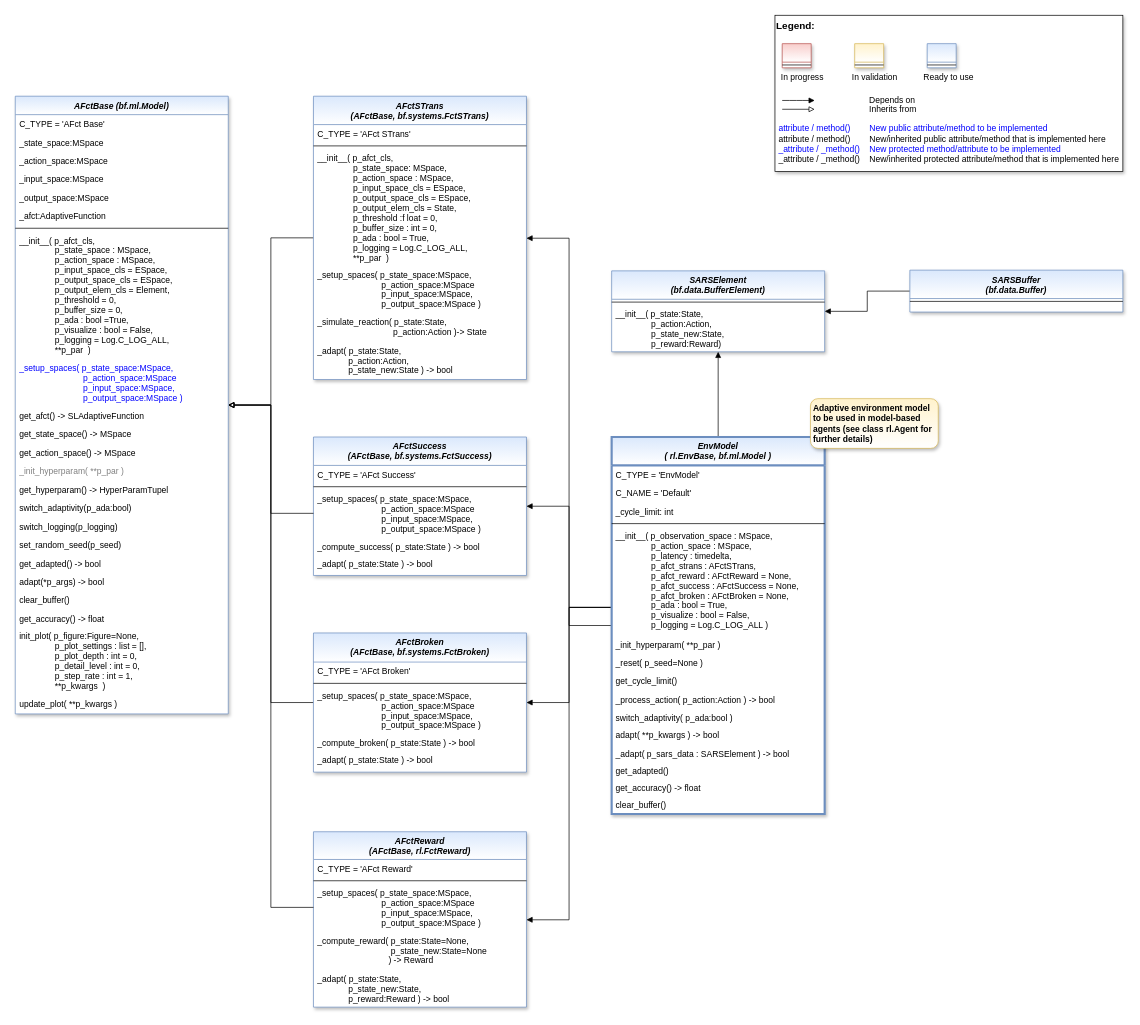
Before: doc/rtd/content/04_appendices/appendix2/sub/core/mlpro_rl/images/01_environments/MLPro-RL-Env-Ada_class_diagram.drawio in fhswf/MLPro, a draw.io diagram. Source tidied: cells renumbered, new cells numbered last; positions are measured from the earlier drawing's top-left corner, leaving out a move shared by most shapes. Both pictures are drawn from the tidied source at 71%, with x=0, y=0 at pixel (15, 15).
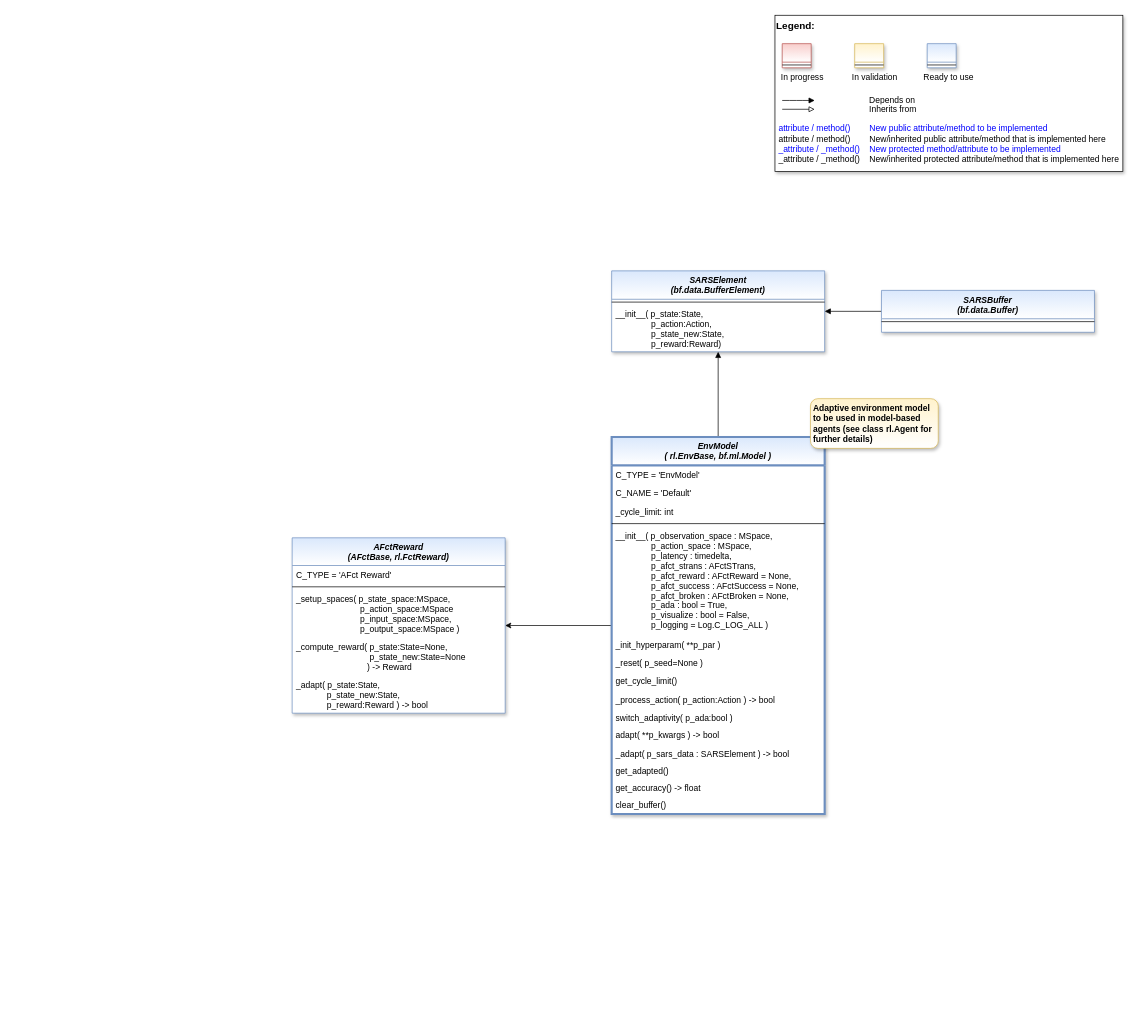
The same page after the edit.

Commit message (it also covers changes not shown here):
BF-ML-Systems: Shifting adaptive functions  #698

The change refers to these unchanged cells:
```xml
<mxCell id="5" value="_setup_spaces( p_state_space:MSpace,&#10;                           p_action_space:MSpace&#10;                           p_input_space:MSpace,&#10;                           p_output_space:MSpace )" style="text;align=left;verticalAlign=top;spacingLeft=4;spacingRight=4;overflow=hidden;points=[[0,0.5],[1,0.5]];portConstraint=eastwest;" parent="2" vertex="1">
  <mxGeometry y="73" width="300" height="67" as="geometry" />
</mxCell>
<mxCell id="74" value="EnvModel &#10;( rl.EnvBase, bf.ml.Model )" style="swimlane;fontStyle=3;align=center;verticalAlign=top;horizontal=1;startSize=40;rounded=0;shadow=1;strokeWidth=3;fillColor=#dae8fc;strokeColor=#6c8ebf;swimlaneFillColor=#ffffff;gradientColor=#FFFFFF;" parent="1" vertex="1">
  <mxGeometry x="840" y="594" width="300" height="531" as="geometry" />
</mxCell>
```

Diff of the diagram source:
```diff
@@
     <mxCell id="2" value="AFctReward &#10;(AFctBase, rl.FctReward)" style="swimlane;fontStyle=3;align=center;verticalAlign=top;horizontal=1;startSize=39;rounded=0;shadow=1;strokeWidth=1;fillColor=#dae8fc;strokeColor=#6c8ebf;swimlaneFillColor=#ffffff;gradientColor=#FFFFFF;" parent="1" vertex="1">
-      <mxGeometry x="420" y="1150" width="300" height="247" as="geometry" />
+      <mxGeometry x="390" y="736" width="300" height="247" as="geometry" />
     </mxCell>
@@
-    <mxCell id="8" value="AFctSuccess &#10;(AFctBase, bf.systems.FctSuccess)" style="swimlane;fontStyle=3;align=center;verticalAlign=top;horizontal=1;startSize=40;rounded=0;shadow=1;strokeWidth=1;fillColor=#dae8fc;strokeColor=#6c8ebf;swimlaneFillColor=#ffffff;gradientColor=#FFFFFF;" parent="1" vertex="1">
-      <mxGeometry x="420" y="594" width="300" height="195" as="geometry" />
-    </mxCell>
-    <mxCell id="9" value="C_TYPE = 'AFct Success'" style="text;align=left;verticalAlign=top;spacingLeft=4;spacingRight=4;overflow=hidden;" parent="8" vertex="1">
-      <mxGeometry y="40" width="300" height="26" as="geometry" />
-    </mxCell>
-    <mxCell id="10" style="line;html=1;strokeWidth=1;align=left;verticalAlign=middle;spacingTop=-1;spacingLeft=3;spacingRight=3;labelPosition=right;" parent="8" vertex="1">
-      <mxGeometry y="66" width="300" height="8" as="geometry" />
-    </mxCell>
-    <mxCell id="11" value="_setup_spaces( p_state_space:MSpace,&#10;                           p_action_space:MSpace&#10;                           p_input_space:MSpace,&#10;                           p_output_space:MSpace )" style="text;align=left;verticalAlign=top;spacingLeft=4;spacingRight=4;overflow=hidden;points=[[0,0.5],[1,0.5]];portConstraint=eastwest;" parent="8" vertex="1">
-      <mxGeometry y="74" width="300" height="67" as="geometry" />
-    </mxCell>
-    <mxCell id="12" value="_compute_success( p_state:State ) -&gt; bool" style="text;align=left;verticalAlign=top;spacingLeft=4;spacingRight=4;overflow=hidden;" parent="8" vertex="1">
-      <mxGeometry y="141" width="300" height="24" as="geometry" />
-    </mxCell>
-    <mxCell id="13" value="_adapt( p_state:State ) -&gt; bool" style="text;align=left;verticalAlign=top;spacingLeft=4;spacingRight=4;overflow=hidden;" parent="8" vertex="1">
-      <mxGeometry y="165" width="300" height="30" as="geometry" />
-    </mxCell>
-    <mxCell id="14" style="edgeStyle=orthogonalEdgeStyle;rounded=0;jettySize=auto;html=1;endArrow=block;endFill=0;" parent="1" edge="1" source="15" target="29">
-      <mxGeometry relative="1" as="geometry" />
-    </mxCell>
-    <mxCell id="15" value="AFctBroken &#10;(AFctBase, bf.systems.FctBroken)" style="swimlane;fontStyle=3;align=center;verticalAlign=top;horizontal=1;startSize=41;rounded=0;shadow=1;strokeWidth=1;fillColor=#dae8fc;strokeColor=#6c8ebf;swimlaneFillColor=#ffffff;gradientColor=#FFFFFF;" parent="1" vertex="1">
-      <mxGeometry x="420" y="870" width="300" height="196" as="geometry" />
-    </mxCell>
-    <mxCell id="16" value="C_TYPE = 'AFct Broken'" style="text;align=left;verticalAlign=top;spacingLeft=4;spacingRight=4;overflow=hidden;" parent="15" vertex="1">
-      <mxGeometry y="41" width="300" height="26" as="geometry" />
-    </mxCell>
-    <mxCell id="17" style="line;html=1;strokeWidth=1;align=left;verticalAlign=middle;spacingTop=-1;spacingLeft=3;spacingRight=3;labelPosition=right;" parent="15" vertex="1">
-      <mxGeometry y="67" width="300" height="8" as="geometry" />
-    </mxCell>
-    <mxCell id="18" value="_setup_spaces( p_state_space:MSpace,&#10;                           p_action_space:MSpace&#10;                           p_input_space:MSpace,&#10;                           p_output_space:MSpace )" style="text;align=left;verticalAlign=top;spacingLeft=4;spacingRight=4;overflow=hidden;" parent="15" vertex="1">
-      <mxGeometry y="75" width="300" height="67" as="geometry" />
-    </mxCell>
-    <mxCell id="19" value="_compute_broken( p_state:State ) -&gt; bool" style="text;align=left;verticalAlign=top;spacingLeft=4;spacingRight=4;overflow=hidden;" parent="15" vertex="1">
-      <mxGeometry y="142" width="300" height="24" as="geometry" />
-    </mxCell>
-    <mxCell id="20" value="_adapt( p_state:State ) -&gt; bool" style="text;align=left;verticalAlign=top;spacingLeft=4;spacingRight=4;overflow=hidden;" parent="15" vertex="1">
-      <mxGeometry y="166" width="300" height="30" as="geometry" />
-    </mxCell>
-    <mxCell id="21" style="edgeStyle=orthogonalEdgeStyle;rounded=0;jettySize=auto;html=1;endArrow=block;endFill=0;" parent="1" edge="1" source="22" target="29">
-      <mxGeometry relative="1" as="geometry" />
-    </mxCell>
-    <mxCell id="22" value="AFctSTrans &#10;(AFctBase, bf.systems.FctSTrans)" style="swimlane;fontStyle=3;align=center;verticalAlign=top;horizontal=1;startSize=40;rounded=0;shadow=1;strokeWidth=1;fillColor=#dae8fc;strokeColor=#6c8ebf;swimlaneFillColor=#ffffff;gradientColor=#FFFFFF;" parent="1" vertex="1">
-      <mxGeometry x="420" y="114" width="300" height="399" as="geometry" />
-    </mxCell>
-    <mxCell id="23" value="C_TYPE = 'AFct STrans'" style="text;align=left;verticalAlign=top;spacingLeft=4;spacingRight=4;overflow=hidden;" parent="22" vertex="1">
-      <mxGeometry y="40" width="300" height="26" as="geometry" />
-    </mxCell>
-    <mxCell id="24" style="line;html=1;strokeWidth=1;align=left;verticalAlign=middle;spacingTop=-1;spacingLeft=3;spacingRight=3;labelPosition=right;" parent="22" vertex="1">
-      <mxGeometry y="66" width="300" height="8" as="geometry" />
-    </mxCell>
-    <mxCell id="25" value="__init__( p_afct_cls,&#10;               p_state_space: MSpace,&#10;               p_action_space : MSpace,&#10;               p_input_space_cls = ESpace,&#10;               p_output_space_cls = ESpace,&#10;               p_output_elem_cls = State,&#10;               p_threshold :f loat = 0,&#10;               p_buffer_size : int = 0,&#10;               p_ada : bool = True, &#10;               p_logging = Log.C_LOG_ALL,&#10;               **p_par  )" style="text;align=left;verticalAlign=top;spacingLeft=4;spacingRight=4;overflow=hidden;" parent="22" vertex="1">
-      <mxGeometry y="74" width="300" height="164" as="geometry" />
-    </mxCell>
-    <mxCell id="26" value="_setup_spaces( p_state_space:MSpace,&#10;                           p_action_space:MSpace&#10;                           p_input_space:MSpace,&#10;                           p_output_space:MSpace )" style="text;align=left;verticalAlign=top;spacingLeft=4;spacingRight=4;overflow=hidden;" parent="22" vertex="1">
-      <mxGeometry y="238" width="300" height="67" as="geometry" />
-    </mxCell>
-    <mxCell id="27" value="_simulate_reaction( p_state:State, &#10;                                p_action:Action )-&gt; State" style="text;align=left;verticalAlign=top;spacingLeft=4;spacingRight=4;overflow=hidden;" parent="22" vertex="1">
-      <mxGeometry y="305" width="300" height="40" as="geometry" />
-    </mxCell>
-    <mxCell id="28" value="_adapt( p_state:State, &#10;             p_action:Action,&#10;             p_state_new:State ) -&gt; bool" style="text;align=left;verticalAlign=top;spacingLeft=4;spacingRight=4;overflow=hidden;" parent="22" vertex="1">
-      <mxGeometry y="345" width="300" height="54" as="geometry" />
-    </mxCell>
-    <mxCell id="29" value="AFctBase (bf.ml.Model)" style="swimlane;fontStyle=3;align=center;verticalAlign=top;horizontal=1;startSize=26;rounded=0;shadow=1;strokeWidth=1;fillColor=#dae8fc;strokeColor=#6c8ebf;swimlaneFillColor=#ffffff;gradientColor=#FFFFFF;" parent="1" vertex="1">
-      <mxGeometry y="114" width="300" height="870" as="geometry" />
-    </mxCell>
-    <mxCell id="30" value="C_TYPE = 'AFct Base'" style="text;align=left;verticalAlign=top;spacingLeft=4;spacingRight=4;overflow=hidden;" parent="29" vertex="1">
-      <mxGeometry y="26" width="300" height="26" as="geometry" />
-    </mxCell>
-    <mxCell id="31" value="_state_space:MSpace" style="text;align=left;verticalAlign=top;spacingLeft=4;spacingRight=4;overflow=hidden;" parent="29" vertex="1">
-      <mxGeometry y="52" width="300" height="26" as="geometry" />
-    </mxCell>
-    <mxCell id="32" value="_action_space:MSpace" style="text;align=left;verticalAlign=top;spacingLeft=4;spacingRight=4;overflow=hidden;" parent="29" vertex="1">
-      <mxGeometry y="78" width="300" height="26" as="geometry" />
-    </mxCell>
-    <mxCell id="33" value="_input_space:MSpace" style="text;align=left;verticalAlign=top;spacingLeft=4;spacingRight=4;overflow=hidden;" parent="29" vertex="1">
-      <mxGeometry y="104" width="300" height="26" as="geometry" />
-    </mxCell>
-    <mxCell id="34" value="_output_space:MSpace" style="text;align=left;verticalAlign=top;spacingLeft=4;spacingRight=4;overflow=hidden;" parent="29" vertex="1">
-      <mxGeometry y="130" width="300" height="26" as="geometry" />
-    </mxCell>
-    <mxCell id="35" value="_afct:AdaptiveFunction" style="text;align=left;verticalAlign=top;spacingLeft=4;spacingRight=4;overflow=hidden;" parent="29" vertex="1">
-      <mxGeometry y="156" width="300" height="26" as="geometry" />
-    </mxCell>
-    <mxCell id="36" style="line;html=1;strokeWidth=1;align=left;verticalAlign=middle;spacingTop=-1;spacingLeft=3;spacingRight=3;labelPosition=right;" parent="29" vertex="1">
-      <mxGeometry y="182" width="300" height="8" as="geometry" />
-    </mxCell>
-    <mxCell id="37" value="__init__( p_afct_cls,&#10;               p_state_space : MSpace,&#10;               p_action_space : MSpace,&#10;               p_input_space_cls = ESpace,&#10;               p_output_space_cls = ESpace,&#10;               p_output_elem_cls = Element,&#10;               p_threshold = 0,&#10;               p_buffer_size = 0,&#10;               p_ada : bool =True, &#10;               p_visualize : bool = False,&#10;               p_logging = Log.C_LOG_ALL,&#10;               **p_par  )" style="text;align=left;verticalAlign=top;spacingLeft=4;spacingRight=4;overflow=hidden;" parent="29" vertex="1">
-      <mxGeometry y="190" width="300" height="180" as="geometry" />
-    </mxCell>
-    <mxCell id="38" value="_setup_spaces( p_state_space:MSpace,&#10;                           p_action_space:MSpace&#10;                           p_input_space:MSpace,&#10;                           p_output_space:MSpace )" style="text;align=left;verticalAlign=top;spacingLeft=4;spacingRight=4;overflow=hidden;fontColor=#0000FF;" parent="29" vertex="1">
-      <mxGeometry y="370" width="300" height="67" as="geometry" />
-    </mxCell>
-    <mxCell id="39" value="get_afct() -&gt; SLAdaptiveFunction" style="text;align=left;verticalAlign=top;spacingLeft=4;spacingRight=4;overflow=hidden;fontColor=default;" parent="29" vertex="1">
-      <mxGeometry y="437" width="300" height="26" as="geometry" />
-    </mxCell>
-    <mxCell id="40" value="get_state_space() -&gt; MSpace" style="text;align=left;verticalAlign=top;spacingLeft=4;spacingRight=4;overflow=hidden;" parent="29" vertex="1">
-      <mxGeometry y="463" width="300" height="26" as="geometry" />
-    </mxCell>
-    <mxCell id="41" value="get_action_space() -&gt; MSpace" style="text;align=left;verticalAlign=top;spacingLeft=4;spacingRight=4;overflow=hidden;" parent="29" vertex="1">
-      <mxGeometry y="489" width="300" height="26" as="geometry" />
-    </mxCell>
-    <mxCell id="42" value="_init_hyperparam( **p_par )" style="text;align=left;verticalAlign=top;spacingLeft=4;spacingRight=4;overflow=hidden;fontColor=#808080;" parent="29" vertex="1">
-      <mxGeometry y="515" width="300" height="26" as="geometry" />
-    </mxCell>
-    <mxCell id="43" value="get_hyperparam() -&gt; HyperParamTupel" style="text;align=left;verticalAlign=top;spacingLeft=4;spacingRight=4;overflow=hidden;" parent="29" vertex="1">
-      <mxGeometry y="541" width="300" height="26" as="geometry" />
-    </mxCell>
-    <mxCell id="44" value="switch_adaptivity(p_ada:bool)" style="text;align=left;verticalAlign=top;spacingLeft=4;spacingRight=4;overflow=hidden;" parent="29" vertex="1">
-      <mxGeometry y="567" width="300" height="26" as="geometry" />
-    </mxCell>
-    <mxCell id="45" value="switch_logging(p_logging)" style="text;align=left;verticalAlign=top;spacingLeft=4;spacingRight=4;overflow=hidden;" parent="29" vertex="1">
-      <mxGeometry y="593" width="300" height="26" as="geometry" />
-    </mxCell>
-    <mxCell id="46" value="set_random_seed(p_seed)" style="text;align=left;verticalAlign=top;spacingLeft=4;spacingRight=4;overflow=hidden;" parent="29" vertex="1">
-      <mxGeometry y="619" width="300" height="26" as="geometry" />
-    </mxCell>
-    <mxCell id="47" value="get_adapted() -&gt; bool" style="text;align=left;verticalAlign=top;spacingLeft=4;spacingRight=4;overflow=hidden;" parent="29" vertex="1">
-      <mxGeometry y="645" width="300" height="26" as="geometry" />
-    </mxCell>
-    <mxCell id="48" value="adapt(*p_args) -&gt; bool" style="text;align=left;verticalAlign=top;spacingLeft=4;spacingRight=4;overflow=hidden;" parent="29" vertex="1">
-      <mxGeometry y="671" width="300" height="26" as="geometry" />
-    </mxCell>
-    <mxCell id="49" value="clear_buffer()" style="text;align=left;verticalAlign=top;spacingLeft=4;spacingRight=4;overflow=hidden;" parent="29" vertex="1">
-      <mxGeometry y="697" width="300" height="26" as="geometry" />
-    </mxCell>
-    <mxCell id="50" value="get_accuracy() -&gt; float" style="text;align=left;verticalAlign=top;spacingLeft=4;spacingRight=4;overflow=hidden;" parent="29" vertex="1">
-      <mxGeometry y="723" width="300" height="24" as="geometry" />
-    </mxCell>
-    <mxCell id="51" value="init_plot( p_figure:Figure=None, &#10;               p_plot_settings : list = [],&#10;               p_plot_depth : int = 0,&#10;               p_detail_level : int = 0,&#10;               p_step_rate : int = 1,&#10;               **p_kwargs  )" style="text;align=left;verticalAlign=top;spacingLeft=4;spacingRight=4;overflow=hidden;fontColor=default;" parent="29" vertex="1">
-      <mxGeometry y="747" width="300" height="96" as="geometry" />
-    </mxCell>
-    <mxCell id="52" value="update_plot( **p_kwargs )" style="text;align=left;verticalAlign=top;spacingLeft=4;spacingRight=4;overflow=hidden;" parent="29" vertex="1">
-      <mxGeometry y="843" width="300" height="26" as="geometry" />
-    </mxCell>
-    <mxCell id="53" style="edgeStyle=orthogonalEdgeStyle;rounded=0;jettySize=auto;html=1;endArrow=block;endFill=0;" parent="1" edge="1" source="11" target="29">
-      <mxGeometry relative="1" as="geometry" />
-    </mxCell>
-    <mxCell id="54" style="edgeStyle=orthogonalEdgeStyle;rounded=0;jettySize=auto;html=1;endArrow=block;endFill=0;" parent="1" edge="1" source="5" target="29">
-      <mxGeometry relative="1" as="geometry">
-        <Array as="points">
-          <mxPoint x="360" y="1257" />
-          <mxPoint x="360" y="549" />
-        </Array>
-      </mxGeometry>
-    </mxCell>
@@
-    <mxCell id="70" style="edgeStyle=orthogonalEdgeStyle;rounded=0;jettySize=auto;html=1;fontColor=#FF0000;endArrow=block;endFill=1;" parent="1" edge="1" source="74" target="22">
-      <mxGeometry relative="1" as="geometry">
-        <Array as="points">
-          <mxPoint x="780" y="834" />
-          <mxPoint x="780" y="314" />
-        </Array>
-      </mxGeometry>
-    </mxCell>
-    <mxCell id="71" style="edgeStyle=orthogonalEdgeStyle;rounded=0;jettySize=auto;html=1;fontColor=#FF0000;endArrow=block;endFill=1;" parent="1" edge="1" source="74" target="8">
-      <mxGeometry relative="1" as="geometry" />
-    </mxCell>
-    <mxCell id="72" style="edgeStyle=orthogonalEdgeStyle;rounded=0;jettySize=auto;html=1;fontColor=#FF0000;endArrow=block;endFill=1;" parent="1" edge="1" source="74" target="15">
-      <mxGeometry relative="1" as="geometry">
-        <Array as="points">
-          <mxPoint x="780" y="834" />
-          <mxPoint x="780" y="968" />
-        </Array>
-      </mxGeometry>
-    </mxCell>
-    <mxCell id="73" style="edgeStyle=orthogonalEdgeStyle;rounded=0;jettySize=auto;html=1;fontColor=#FF0000;endArrow=block;endFill=1;" parent="1" edge="1" source="74" target="2">
-      <mxGeometry relative="1" as="geometry">
-        <Array as="points">
-          <mxPoint x="780" y="834" />
-          <mxPoint x="780" y="1274" />
-        </Array>
-      </mxGeometry>
+    <mxCell id="73" style="edgeStyle=orthogonalEdgeStyle;rounded=0;jettySize=auto;html=1;" parent="1" edge="1" source="74" target="2">
+      <mxGeometry relative="1" as="geometry" />
     </mxCell>
@@
     <mxCell id="91" value="SARSBuffer &#10;(bf.data.Buffer)" style="swimlane;fontStyle=3;align=center;verticalAlign=top;horizontal=1;startSize=40;rounded=0;shadow=1;strokeWidth=1;fillColor=#dae8fc;strokeColor=#6c8ebf;gradientColor=#ffffff;swimlaneFillColor=#ffffff;" parent="1" vertex="1">
-      <mxGeometry x="1260" y="359" width="300" height="59" as="geometry" />
+      <mxGeometry x="1220" y="387.5" width="300" height="59" as="geometry" />
     </mxCell>
```
